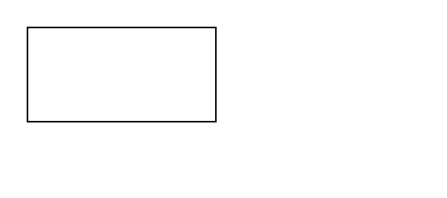
The draw.io diagram hello world.drawio in xwghb/draw, before the edit. Source tidied: cells renumbered, new cells numbered last; positions are measured from the earlier drawing's top-left corner, leaving out a move shared by most shapes. Both pictures are drawn from the tidied source at 157%, with x=0, y=0 at pixel (27, 27).
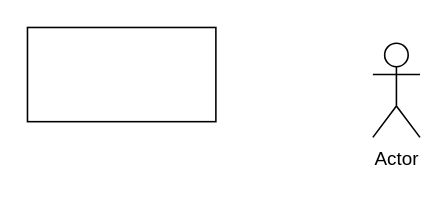
The same page after the edit.

Change to the diagram source:
```diff
@@
 <mxGraphModel>
   <root>
     <mxCell id="0" />
     <mxCell id="1" parent="0" />
     <mxCell id="2" style="rounded=0;whiteSpace=wrap;html=1;" parent="1" vertex="1">
       <mxGeometry width="120" height="60" as="geometry" />
     </mxCell>
+    <mxCell id="3" value="Actor" style="shape=umlActor;verticalLabelPosition=bottom;verticalAlign=top;html=1;" parent="1" vertex="1">
+      <mxGeometry x="220" y="10" width="30" height="60" as="geometry" />
+    </mxCell>
   </root>
 </mxGraphModel>
```
